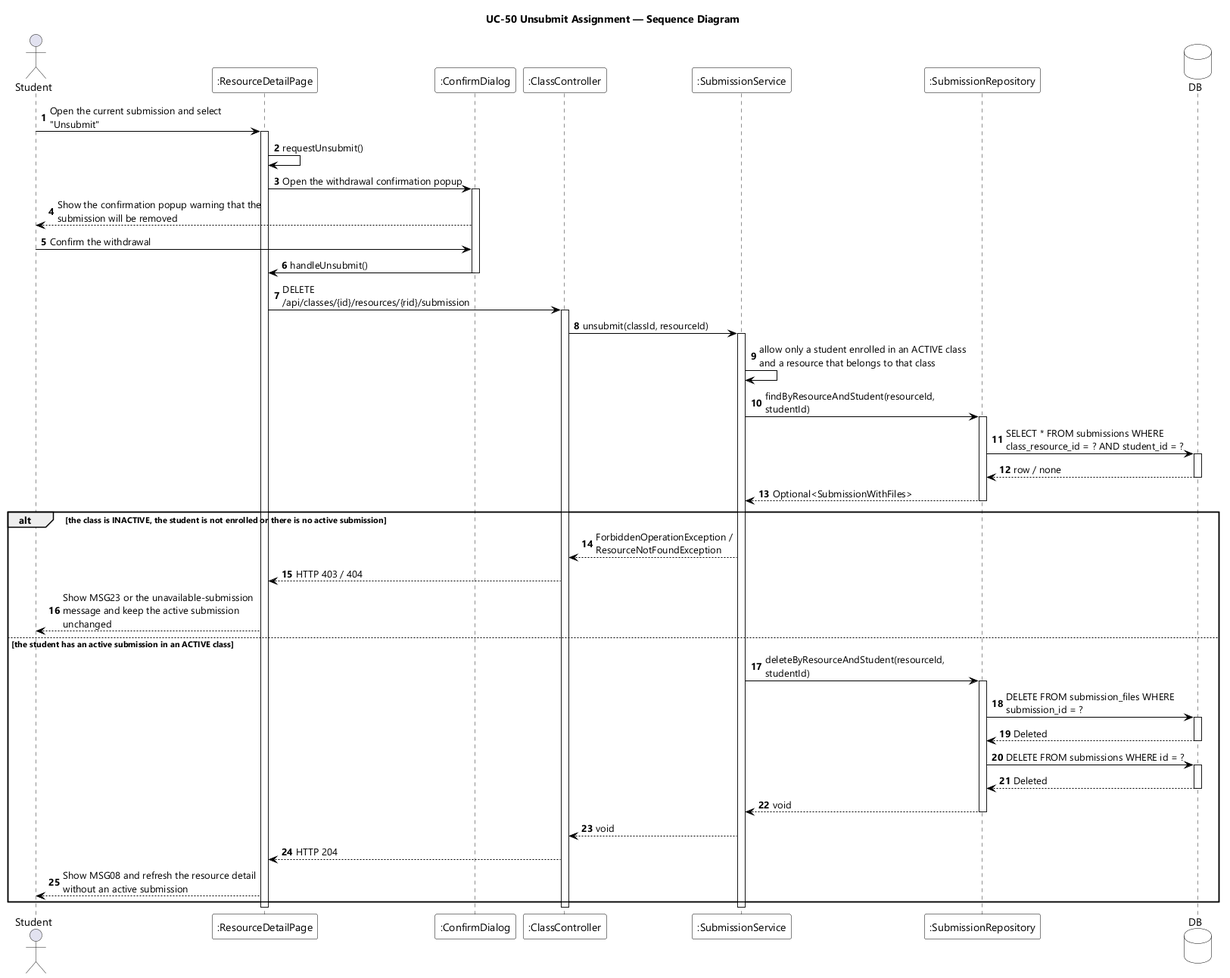
Above: designs/sds-diagrams/uc50/uc50-sequence-diagram.png in EduA-system/EduA-system (PlantUML), before the change. The source it was exported from:
```plantuml
@startuml UC-50 Unsubmit Assignment - Sequence Diagram
skinparamlocked dpi 96
skinparam defaultFontName "Segoe UI"
skinparam shadowing false
skinparam ParticipantBackgroundColor #FFFFFF
skinparam ParticipantBorderColor #000000
skinparam DatabaseBackgroundColor #FFFFFF
skinparam DatabaseBorderColor #000000
skinparam ArrowColor #000000
skinparam sequenceMessageAlign left
skinparam maxMessageSize 280
title UC-50 Unsubmit Assignment — Sequence Diagram

actor Student
participant ":ResourceDetailPage" as UI
participant ":ConfirmDialog" as DLG
participant ":ClassController" as CTL
participant ":SubmissionService" as SVC
participant ":SubmissionRepository" as REPO
database DB

autonumber
Student -> UI : Open the current submission and select "Unsubmit"
activate UI
UI -> UI : requestUnsubmit()
UI -> DLG : Open the withdrawal confirmation popup
activate DLG
DLG --> Student : Show the confirmation popup warning that the submission will be removed
Student -> DLG : Confirm the withdrawal
DLG -> UI : handleUnsubmit()
deactivate DLG
UI -> CTL : DELETE /api/classes/{id}/resources/{rid}/submission
activate CTL
CTL -> SVC : unsubmit(classId, resourceId)
activate SVC
SVC -> SVC : allow only a student enrolled in an ACTIVE class and a resource that belongs to that class
SVC -> REPO : findByResourceAndStudent(resourceId, studentId)
activate REPO
REPO -> DB : SELECT * FROM submissions WHERE class_resource_id = ? AND student_id = ?
activate DB
DB --> REPO : row / none
deactivate DB
REPO --> SVC : Optional<SubmissionWithFiles>
deactivate REPO

alt the class is INACTIVE, the student is not enrolled or there is no active submission
  SVC --> CTL : ForbiddenOperationException / ResourceNotFoundException
  CTL --> UI : HTTP 403 / 404
  UI --> Student : Show MSG23 or the unavailable-submission message and keep the active submission unchanged
else the student has an active submission in an ACTIVE class
  SVC -> REPO : deleteByResourceAndStudent(resourceId, studentId)
  activate REPO
  REPO -> DB : DELETE FROM submission_files WHERE submission_id = ?
  activate DB
  DB --> REPO : Deleted
  deactivate DB
  REPO -> DB : DELETE FROM submissions WHERE id = ?
  activate DB
  DB --> REPO : Deleted
  deactivate DB
  REPO --> SVC : void
  deactivate REPO
  SVC --> CTL : void
  CTL --> UI : HTTP 204
  UI --> Student : Show MSG08 and refresh the resource detail without an active submission
end
deactivate SVC
deactivate CTL
deactivate UI
@enduml
```
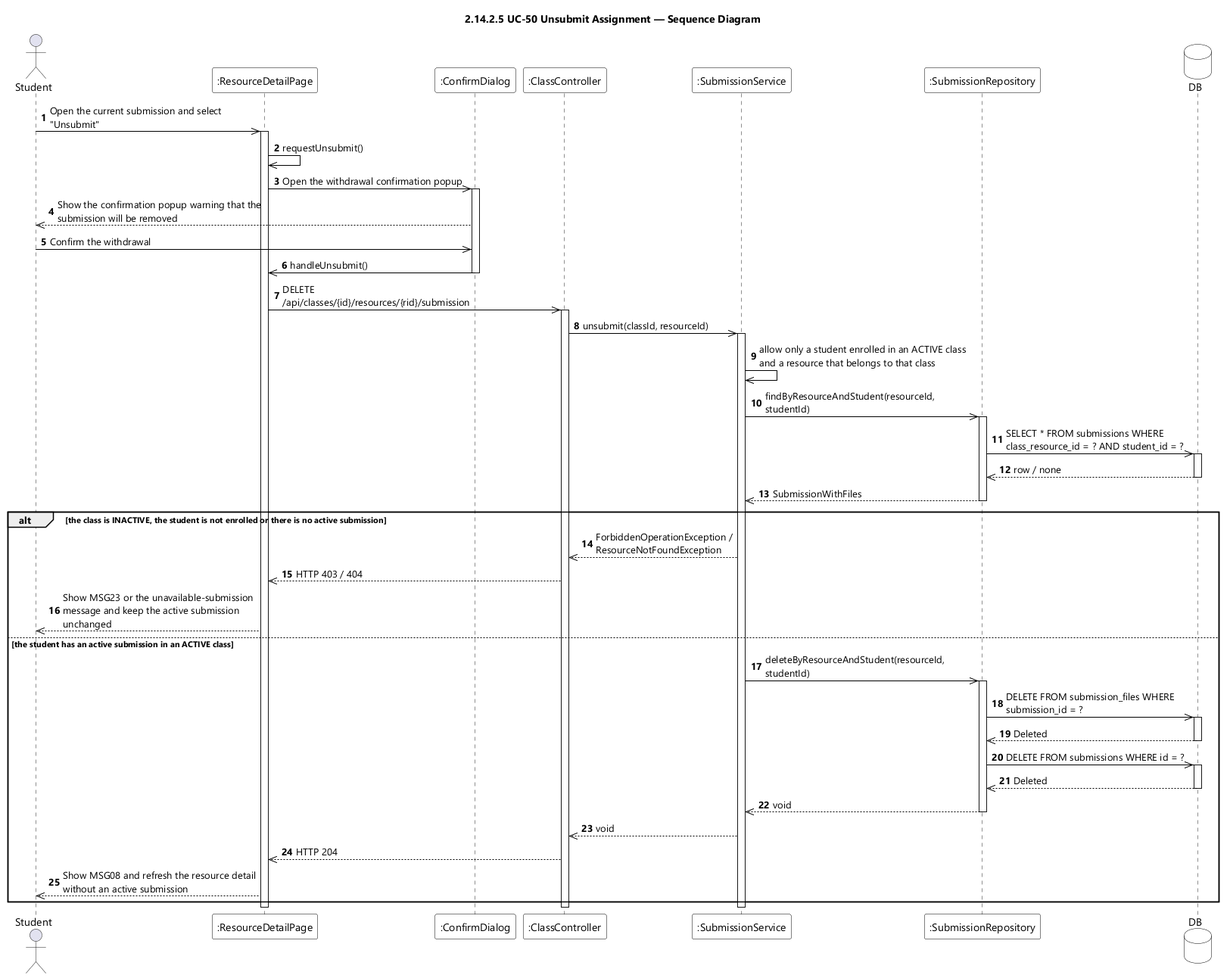
After the commit.

Diff of the diagram source:
```diff
@@ -9,7 +9,7 @@
 skinparam ArrowColor #000000
 skinparam sequenceMessageAlign left
 skinparam maxMessageSize 280
-title UC-50 Unsubmit Assignment — Sequence Diagram
+title 2.14.2.5 UC-50 Unsubmit Assignment — Sequence Diagram
 
 actor Student
 participant ":ResourceDetailPage" as UI
@@ -20,49 +20,49 @@
 database DB
 
 autonumber
-Student -> UI : Open the current submission and select "Unsubmit"
+Student ->> UI : Open the current submission and select "Unsubmit"
 activate UI
-UI -> UI : requestUnsubmit()
-UI -> DLG : Open the withdrawal confirmation popup
+UI ->> UI : requestUnsubmit()
+UI ->> DLG : Open the withdrawal confirmation popup
 activate DLG
-DLG --> Student : Show the confirmation popup warning that the submission will be removed
-Student -> DLG : Confirm the withdrawal
-DLG -> UI : handleUnsubmit()
+DLG -->> Student : Show the confirmation popup warning that the submission will be removed
+Student ->> DLG : Confirm the withdrawal
+DLG ->> UI : handleUnsubmit()
 deactivate DLG
-UI -> CTL : DELETE /api/classes/{id}/resources/{rid}/submission
+UI ->> CTL : DELETE /api/classes/{id}/resources/{rid}/submission
 activate CTL
-CTL -> SVC : unsubmit(classId, resourceId)
+CTL ->> SVC : unsubmit(classId, resourceId)
 activate SVC
-SVC -> SVC : allow only a student enrolled in an ACTIVE class and a resource that belongs to that class
-SVC -> REPO : findByResourceAndStudent(resourceId, studentId)
+SVC ->> SVC : allow only a student enrolled in an ACTIVE class and a resource that belongs to that class
+SVC ->> REPO : findByResourceAndStudent(resourceId, studentId)
 activate REPO
-REPO -> DB : SELECT * FROM submissions WHERE class_resource_id = ? AND student_id = ?
+REPO ->> DB : SELECT * FROM submissions WHERE class_resource_id = ? AND student_id = ?
 activate DB
-DB --> REPO : row / none
+DB -->> REPO : row / none
 deactivate DB
-REPO --> SVC : Optional<SubmissionWithFiles>
+REPO -->> SVC : SubmissionWithFiles
 deactivate REPO
 
 alt the class is INACTIVE, the student is not enrolled or there is no active submission
-  SVC --> CTL : ForbiddenOperationException / ResourceNotFoundException
-  CTL --> UI : HTTP 403 / 404
-  UI --> Student : Show MSG23 or the unavailable-submission message and keep the active submission unchanged
+  SVC -->> CTL : ForbiddenOperationException / ResourceNotFoundException
+  CTL -->> UI : HTTP 403 / 404
+  UI -->> Student : Show MSG23 or the unavailable-submission message and keep the active submission unchanged
 else the student has an active submission in an ACTIVE class
-  SVC -> REPO : deleteByResourceAndStudent(resourceId, studentId)
+  SVC ->> REPO : deleteByResourceAndStudent(resourceId, studentId)
   activate REPO
-  REPO -> DB : DELETE FROM submission_files WHERE submission_id = ?
+  REPO ->> DB : DELETE FROM submission_files WHERE submission_id = ?
   activate DB
-  DB --> REPO : Deleted
+  DB -->> REPO : Deleted
   deactivate DB
-  REPO -> DB : DELETE FROM submissions WHERE id = ?
+  REPO ->> DB : DELETE FROM submissions WHERE id = ?
   activate DB
-  DB --> REPO : Deleted
+  DB -->> REPO : Deleted
   deactivate DB
-  REPO --> SVC : void
+  REPO -->> SVC : void
   deactivate REPO
-  SVC --> CTL : void
-  CTL --> UI : HTTP 204
-  UI --> Student : Show MSG08 and refresh the resource detail without an active submission
+  SVC -->> CTL : void
+  CTL -->> UI : HTTP 204
+  UI -->> Student : Show MSG08 and refresh the resource detail without an active submission
 end
 deactivate SVC
 deactivate CTL
```
